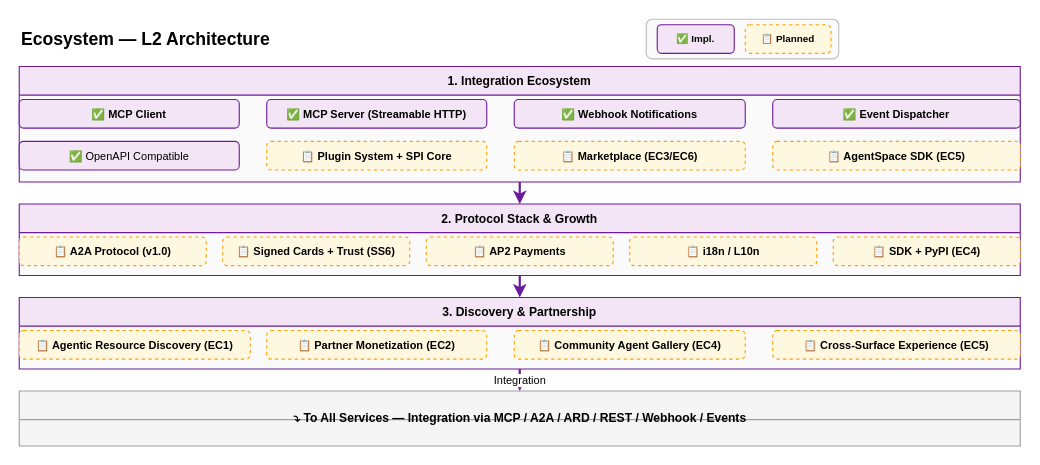
The draw.io diagram docs/design/hardware/ecosystem-l2.drawio in xueyufish/hecate, before the edit. Source tidied: cells renumbered, new cells numbered last; positions are measured from the earlier drawing's top-left corner, leaving out a move shared by most shapes. Both pictures are drawn from the tidied source at 110%, with x=0, y=0 at pixel (19, 19).
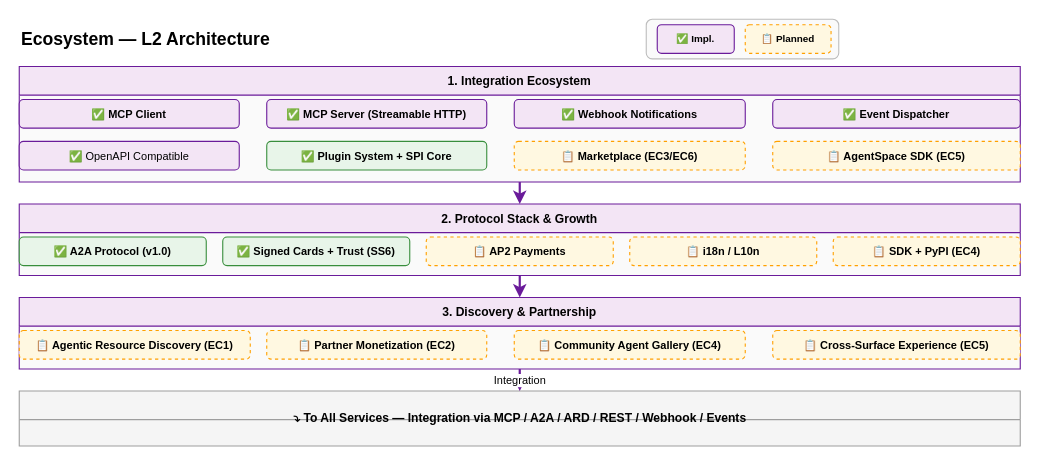
The same diagram, later.

The change refers to these unchanged cells:
```xml
<mxCell id="6" value="1. Integration Ecosystem" style="swimlane;startSize=26;fillColor=#F3E5F5;strokeColor=#6A1B9A;fontSize=11;fontStyle=1;swimlaneFillColor=#FAFAFA;" parent="1" vertex="1">
  <mxGeometry y="43" width="910" height="105" as="geometry" />
</mxCell>
<mxCell id="15" value="2. Protocol Stack &amp; Growth" style="swimlane;startSize=26;fillColor=#F3E5F5;strokeColor=#6A1B9A;fontSize=11;fontStyle=1;swimlaneFillColor=#FAFAFA;" parent="1" vertex="1">
  <mxGeometry y="168" width="910" height="65" as="geometry" />
</mxCell>
```

The edit, as a diff of the source:
```diff
@@
-    <mxCell id="12" value="📋 Plugin System + SPI Core" style="rounded=1;whiteSpace=wrap;html=1;fillColor=#FFF8E1;strokeColor=#FFA000;fontSize=10;fontStyle=1;dashed=1;" parent="6" vertex="1">
+    <mxCell id="12" value="✅ Plugin System + SPI Core" style="rounded=1;whiteSpace=wrap;html=1;fillColor=#E8F5E9;strokeColor=#388E3C;fontSize=10;fontStyle=1;" parent="6" vertex="1">
       <mxGeometry x="225" y="68" width="200" height="26" as="geometry" />
     </mxCell>
@@
-    <mxCell id="16" value="📋 A2A Protocol (v1.0)" style="rounded=1;whiteSpace=wrap;html=1;fillColor=#FFF8E1;strokeColor=#FFA000;fontSize=10;fontStyle=1;dashed=1;" parent="15" vertex="1">
+    <mxCell id="16" value="✅ A2A Protocol (v1.0)" style="rounded=1;whiteSpace=wrap;html=1;fillColor=#E8F5E9;strokeColor=#388E3C;fontSize=10;fontStyle=1;" parent="15" vertex="1">
       <mxGeometry y="30" width="170" height="26" as="geometry" />
     </mxCell>
-    <mxCell id="17" value="📋 Signed Cards + Trust (SS6)" style="rounded=1;whiteSpace=wrap;html=1;fillColor=#FFF8E1;strokeColor=#FFA000;fontSize=10;fontStyle=1;dashed=1;" parent="15" vertex="1">
+    <mxCell id="17" value="✅ Signed Cards + Trust (SS6)" style="rounded=1;whiteSpace=wrap;html=1;fillColor=#E8F5E9;strokeColor=#388E3C;fontSize=10;fontStyle=1;" parent="15" vertex="1">
       <mxGeometry x="185" y="30" width="170" height="26" as="geometry" />
     </mxCell>
```
